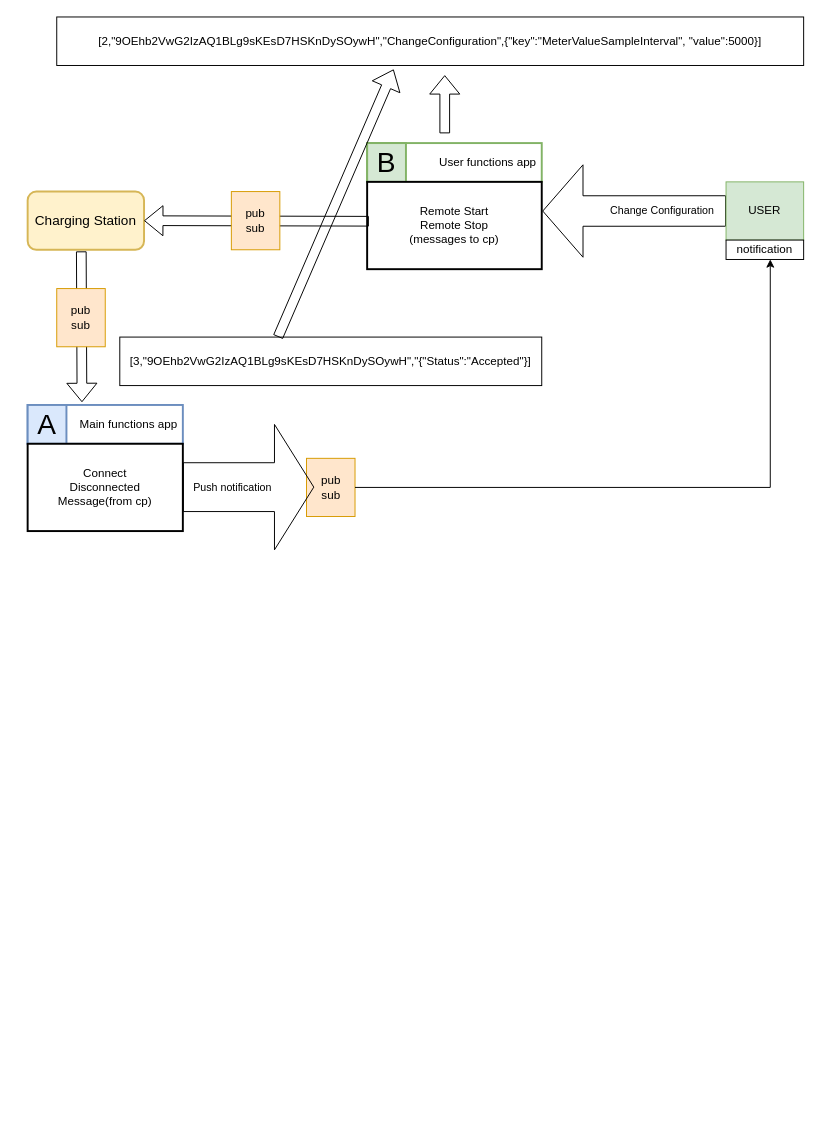
Before: call result.drawio in stefanszeke/diargrams_io, a draw.io diagram. Source tidied: cells renumbered, new cells numbered last; positions are measured from the earlier drawing's top-left corner, leaving out a move shared by most shapes. Both pictures are drawn from the tidied source at 97%, with x=0, y=0 at pixel (27, 16).
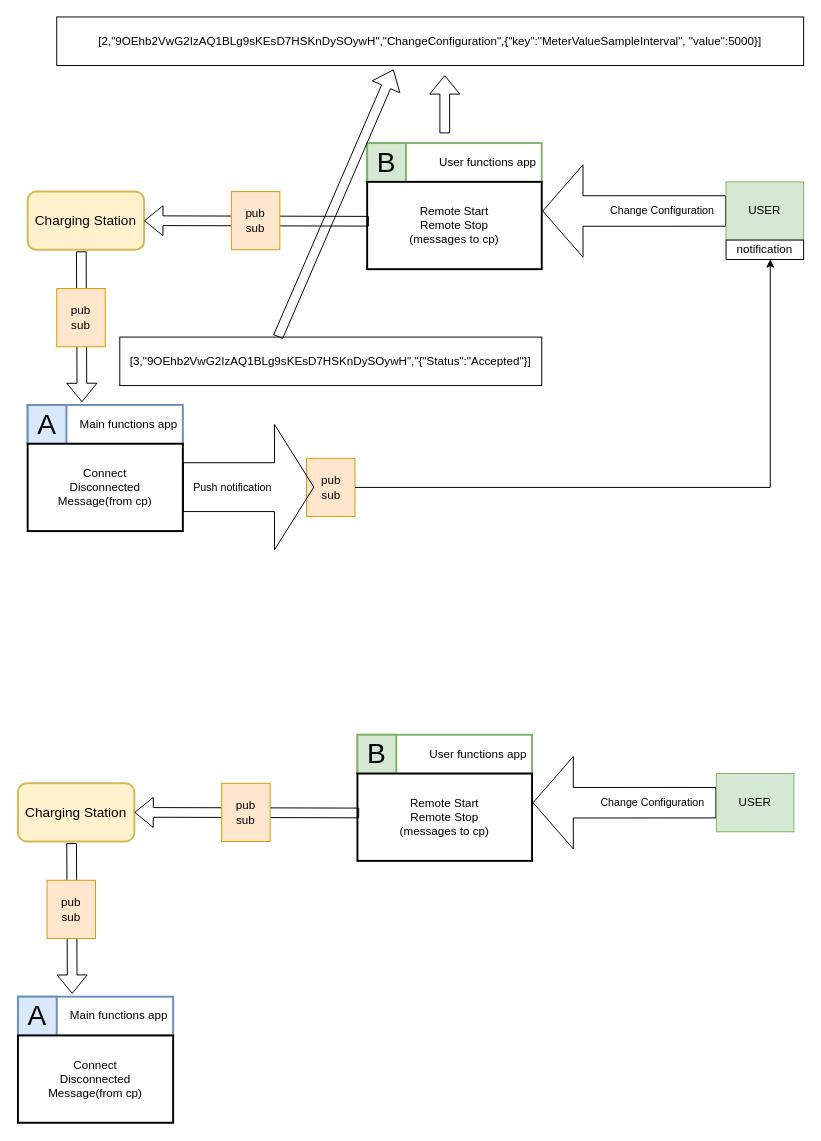
Above is the later version.

The edit, as a diff of the source:
```diff
@@
+    <mxCell id="26" value="&lt;div&gt;User functions app&amp;nbsp; &lt;br&gt;&lt;/div&gt;" style="rounded=0;whiteSpace=wrap;html=1;align=right;strokeWidth=2;strokeColor=#82B366;" parent="1" vertex="1">
+      <mxGeometry x="340" y="740" width="180" height="40" as="geometry" />
+    </mxCell>
+    <mxCell id="27" value="&lt;font style=&quot;font-size: 29px;&quot;&gt;B&lt;/font&gt;" style="rounded=0;whiteSpace=wrap;html=1;fillColor=#d5e8d4;strokeColor=#82B366;strokeWidth=2;" parent="1" vertex="1">
+      <mxGeometry x="340" y="740" width="40" height="40" as="geometry" />
+    </mxCell>
+    <mxCell id="28" value="Remote Start &lt;br&gt;Remote Stop&lt;br&gt;(messages to cp)" style="rounded=0;whiteSpace=wrap;html=1;strokeWidth=2;" parent="1" vertex="1">
+      <mxGeometry x="340" y="780" width="180" height="90" as="geometry" />
+    </mxCell>
+    <mxCell id="29" style="shape=flexArrow;endArrow=classic;html=1;rounded=0;entryX=1.003;entryY=0.334;entryDx=0;entryDy=0;entryPerimeter=0;endWidth=62.857142857142854;endSize=13.5;width=31.428571428571427;" parent="1" edge="1" source="32" target="28">
+      <mxGeometry relative="1" as="geometry" />
+    </mxCell>
+    <mxCell id="30" value="Change Configuration" style="edgeLabel;html=1;align=center;verticalAlign=middle;" parent="29" vertex="1">
+      <mxGeometry x="-0.3" y="-1" relative="1" as="geometry" />
+    </mxCell>
+    <mxCell id="31" style="shape=flexArrow;endArrow=classic;html=1;rounded=0;" parent="1" edge="1" target="32">
+      <mxGeometry relative="1" as="geometry">
+        <mxPoint x="780" y="810" as="sourcePoint" />
+      </mxGeometry>
+    </mxCell>
+    <mxCell id="32" value="USER" style="rounded=0;whiteSpace=wrap;html=1;fillColor=#d5e8d4;strokeColor=#82b366;" parent="1" vertex="1">
+      <mxGeometry x="710" y="780" width="80" height="60" as="geometry" />
+    </mxCell>
+    <mxCell id="33" value="Charging Station&lt;br style=&quot;font-size: 14px;&quot;&gt;" style="rounded=1;whiteSpace=wrap;html=1;strokeWidth=2;fontSize=14;fillColor=#fff2cc;strokeColor=#d6b656;" parent="1" vertex="1">
+      <mxGeometry x="-10" y="790" width="120" height="60" as="geometry" />
+    </mxCell>
+    <mxCell id="34" style="shape=flexArrow;endArrow=classic;html=1;rounded=0;exitX=0.01;exitY=0.451;exitDx=0;exitDy=0;exitPerimeter=0;entryX=1;entryY=0.5;entryDx=0;entryDy=0;" parent="1" edge="1" source="28" target="33">
+      <mxGeometry relative="1" as="geometry" />
+    </mxCell>
+    <mxCell id="35" value="&lt;div&gt;Main functions app&amp;nbsp; &lt;br&gt;&lt;/div&gt;" style="rounded=0;whiteSpace=wrap;html=1;align=right;strokeWidth=2;strokeColor=#6C8EBF;" parent="1" vertex="1">
+      <mxGeometry x="-10" y="1010" width="160" height="40" as="geometry" />
+    </mxCell>
+    <mxCell id="36" value="&lt;font style=&quot;font-size: 29px;&quot;&gt;A&lt;/font&gt;" style="rounded=0;whiteSpace=wrap;html=1;fillColor=#dae8fc;strokeColor=#6c8ebf;strokeWidth=2;" parent="1" vertex="1">
+      <mxGeometry x="-10" y="1010" width="40" height="40" as="geometry" />
+    </mxCell>
+    <mxCell id="37" value="Connect&lt;br&gt;Disconnected&lt;br&gt;Message(from cp)" style="rounded=0;whiteSpace=wrap;html=1;strokeWidth=2;" parent="1" vertex="1">
+      <mxGeometry x="-10" y="1050" width="160" height="90" as="geometry" />
+    </mxCell>
+    <mxCell id="38" style="shape=flexArrow;endArrow=classic;html=1;rounded=0;exitX=0.461;exitY=1.027;exitDx=0;exitDy=0;exitPerimeter=0;entryX=0.35;entryY=-0.072;entryDx=0;entryDy=0;entryPerimeter=0;" parent="1" edge="1" source="33" target="35">
+      <mxGeometry relative="1" as="geometry" />
+    </mxCell>
+    <mxCell id="39" value="pub&lt;br&gt;sub" style="rounded=0;whiteSpace=wrap;html=1;fillColor=#ffe6cc;strokeColor=#d79b00;" parent="1" vertex="1">
+      <mxGeometry x="200" y="790" width="50" height="60" as="geometry" />
+    </mxCell>
+    <mxCell id="40" value="pub&lt;br&gt;sub" style="rounded=0;whiteSpace=wrap;html=1;fillColor=#ffe6cc;strokeColor=#d79b00;" parent="1" vertex="1">
+      <mxGeometry x="20" y="890" width="50" height="60" as="geometry" />
+    </mxCell>
```
